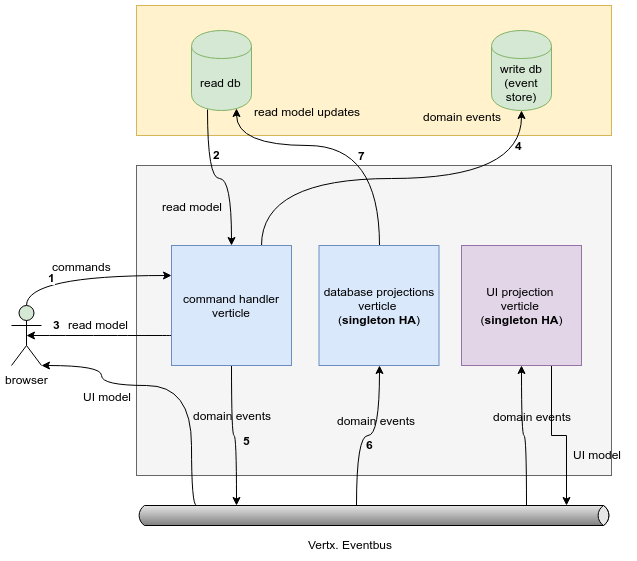
This is crabzilla-accts.png from crabzilla/accounts, a draw.io export, as it was before one commit. Source tidied: cells renumbered, new cells last; positions are measured from the earlier drawing's top-left corner, leaving out a move shared by most shapes.
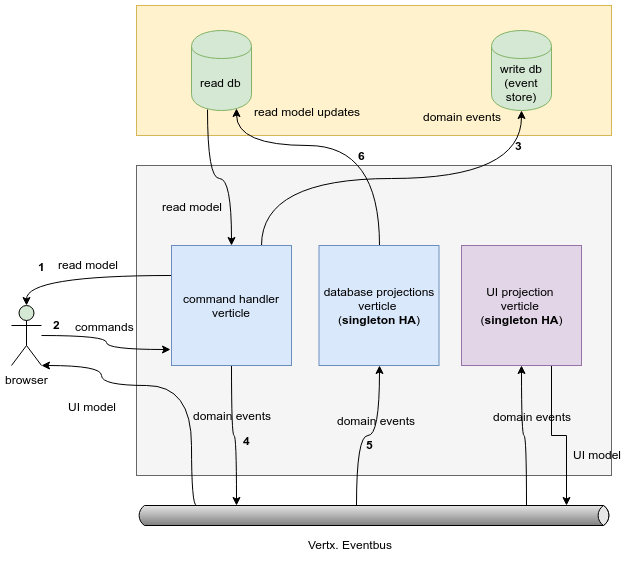
The same diagram one commit later.

Commit message:
diagram correction

Change to the diagram source:
```diff
@@ -22,7 +22,7 @@
     <mxCell id="7" value="domain events" style="text;html=1;align=center;verticalAlign=middle;labelBackgroundColor=none;" parent="6" vertex="1">
       <mxGeometry x="-0.32" relative="1" as="geometry" />
     </mxCell>
-    <mxCell id="8" style="edgeStyle=orthogonalEdgeStyle;curved=1;rounded=0;jettySize=auto;html=1;exitX=0;exitY=0.75;exitDx=0;exitDy=0;entryX=0.5;entryY=0.5;entryDx=0;entryDy=0;entryPerimeter=0;" parent="1" edge="1" source="9" target="25">
+    <mxCell id="8" style="edgeStyle=orthogonalEdgeStyle;curved=1;rounded=0;jettySize=auto;html=1;exitX=0;exitY=0.25;exitDx=0;exitDy=0;entryX=0.5;entryY=0;entryDx=0;entryDy=0;entryPerimeter=0;" parent="1" edge="1" source="9" target="25">
       <mxGeometry relative="1" as="geometry" />
     </mxCell>
     <mxCell id="9" value="command handler verticle" style="whiteSpace=wrap;html=1;fillColor=#dae8fc;strokeColor=#6c8ebf;" parent="1" vertex="1">
@@ -76,17 +76,17 @@
     <mxCell id="21" value="write db (event store)" style="shape=cylinder;whiteSpace=wrap;html=1;boundedLbl=1;backgroundOutline=1;fillColor=#d5e8d4;strokeColor=#82b366;" parent="1" vertex="1">
       <mxGeometry x="480" y="25" width="60" height="80" as="geometry" />
     </mxCell>
-    <mxCell id="22" style="endArrow=classic;html=1;exitX=0.5;exitY=0;exitDx=0;exitDy=0;exitPerimeter=0;entryX=0;entryY=0.25;entryDx=0;entryDy=0;edgeStyle=orthogonalEdgeStyle;curved=1;" parent="1" edge="1" source="25" target="9">
+    <mxCell id="22" style="endArrow=classic;html=1;entryX=-0.008;entryY=0.867;entryDx=0;entryDy=0;edgeStyle=orthogonalEdgeStyle;curved=1;entryPerimeter=0;" parent="1" edge="1" source="25" target="9">
       <mxGeometry relative="1" as="geometry" />
     </mxCell>
     <mxCell id="23" value="commands" style="text;html=1;align=center;verticalAlign=middle;labelBackgroundColor=#ffffff;" parent="22" vertex="1">
       <mxGeometry x="-0.45" y="-4" relative="1" as="geometry">
-        <mxPoint x="37" y="-14" as="offset" />
+        <mxPoint x="23.5" y="-14" as="offset" />
       </mxGeometry>
     </mxCell>
     <mxCell id="24" value="1" style="text;html=1;align=center;verticalAlign=middle;labelBackgroundColor=#ffffff;fontStyle=1;" parent="22" vertex="1">
       <mxGeometry x="0.25" relative="1" as="geometry">
-        <mxPoint x="-54.5" y="1.5" as="offset" />
+        <mxPoint x="-75" y="-84" as="offset" />
       </mxGeometry>
     </mxCell>
     <mxCell id="25" value="browser" style="shape=umlActor;verticalLabelPosition=bottom;labelBackgroundColor=#ffffff;verticalAlign=top;html=1;outlineConnect=0;fillColor=#D5E8D4;" parent="1" vertex="1">
@@ -120,7 +120,7 @@
     </mxCell>
     <mxCell id="30" value="UI model" style="text;html=1;align=center;verticalAlign=middle;labelBackgroundColor=#ffffff;" parent="29" vertex="1">
       <mxGeometry x="0.74" y="-3" relative="1" as="geometry">
-        <mxPoint x="27" y="33" as="offset" />
+        <mxPoint x="12" y="43" as="offset" />
       </mxGeometry>
     </mxCell>
     <mxCell id="31" style="edgeStyle=orthogonalEdgeStyle;rounded=0;jettySize=auto;html=1;exitX=0.75;exitY=1;exitDx=0;exitDy=0;entryX=0;entryY=0;entryDx=430;entryDy=0;entryPerimeter=0;" parent="1" edge="1" source="32" target="17">
@@ -135,26 +135,23 @@
     <mxCell id="34" value="UI model" style="text;html=1;align=left;verticalAlign=top;spacingTop=-4;" parent="1" vertex="1">
       <mxGeometry x="560" y="440" width="60" height="20" as="geometry" />
     </mxCell>
-    <mxCell id="35" value="2" style="text;html=1;align=left;verticalAlign=top;spacingTop=-4;fontStyle=1;" parent="1" vertex="1">
-      <mxGeometry x="200" y="140" width="20" height="20" as="geometry" />
-    </mxCell>
-    <mxCell id="36" value="4" style="text;html=1;align=left;verticalAlign=top;spacingTop=-4;fontStyle=1;" parent="1" vertex="1">
+    <mxCell id="36" value="3" style="text;html=1;align=left;verticalAlign=top;spacingTop=-4;fontStyle=1;" parent="1" vertex="1">
       <mxGeometry x="502" y="131" width="20" height="20" as="geometry" />
     </mxCell>
-    <mxCell id="37" value="5" style="text;html=1;align=left;verticalAlign=top;spacingTop=-4;fontStyle=1;" parent="1" vertex="1">
+    <mxCell id="37" value="4" style="text;html=1;align=left;verticalAlign=top;spacingTop=-4;fontStyle=1;" parent="1" vertex="1">
       <mxGeometry x="230" y="426" width="20" height="20" as="geometry" />
     </mxCell>
-    <mxCell id="38" value="6" style="text;html=1;align=left;verticalAlign=top;spacingTop=-4;fontStyle=1;" parent="1" vertex="1">
+    <mxCell id="38" value="5" style="text;html=1;align=left;verticalAlign=top;spacingTop=-4;fontStyle=1;" parent="1" vertex="1">
       <mxGeometry x="352.5" y="430" width="20" height="20" as="geometry" />
     </mxCell>
-    <mxCell id="39" value="7" style="text;html=1;align=left;verticalAlign=top;spacingTop=-4;fontStyle=1;" parent="1" vertex="1">
+    <mxCell id="39" value="6" style="text;html=1;align=left;verticalAlign=top;spacingTop=-4;fontStyle=1;" parent="1" vertex="1">
       <mxGeometry x="345" y="141" width="20" height="20" as="geometry" />
     </mxCell>
-    <mxCell id="40" value="3" style="text;html=1;align=left;verticalAlign=top;spacingTop=-4;fontStyle=1;" parent="1" vertex="1">
+    <mxCell id="40" value="2" style="text;html=1;align=left;verticalAlign=top;spacingTop=-4;fontStyle=1;" parent="1" vertex="1">
       <mxGeometry x="40" y="310" width="20" height="20" as="geometry" />
     </mxCell>
     <mxCell id="41" value="read model" style="text;html=1;align=left;verticalAlign=top;spacingTop=-4;" parent="1" vertex="1">
-      <mxGeometry x="55" y="310" width="80" height="20" as="geometry" />
+      <mxGeometry x="45" y="250" width="80" height="20" as="geometry" />
     </mxCell>
   </root>
 </mxGraphModel>
```
